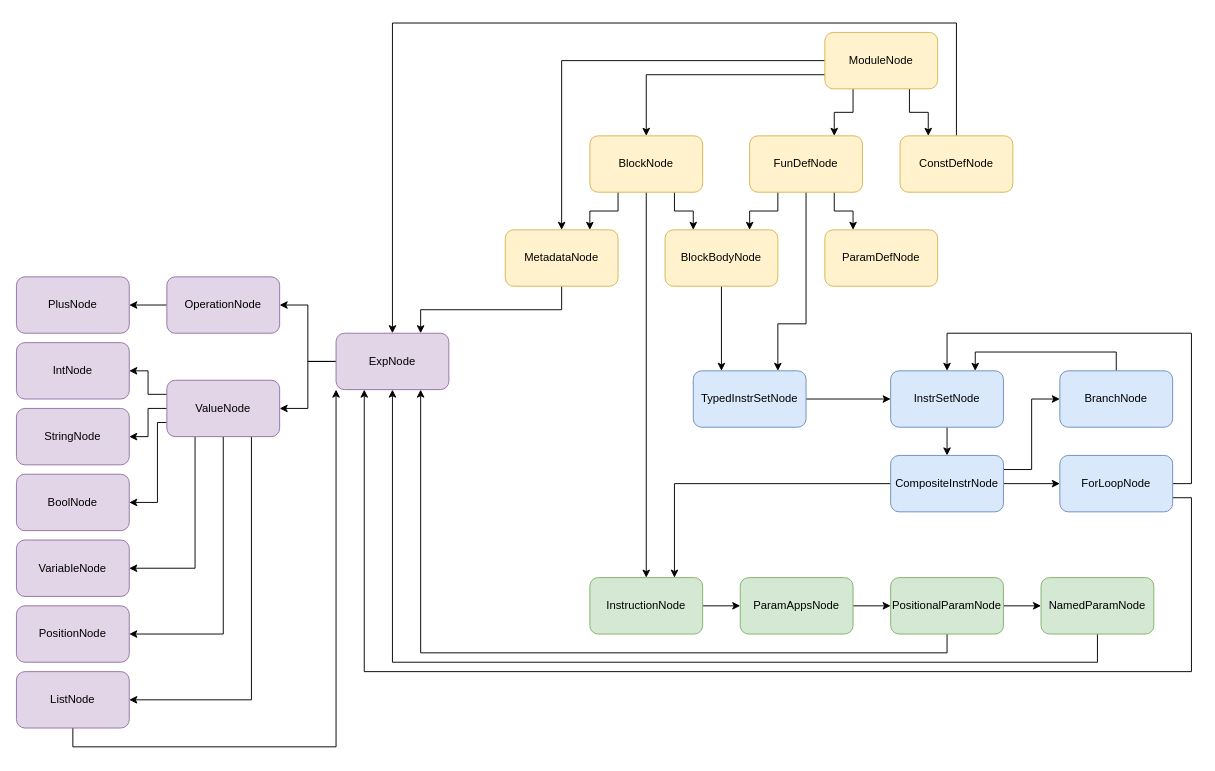
Earlier version of the draw.io diagram assets/frontend/ast.drawio (wcleungaj-60/twgec). Source tidied: cells renumbered, new cells numbered last; positions are measured from the earlier drawing's top-left corner, leaving out a move shared by most shapes. Both pictures are drawn from the tidied source at 94%, with x=0, y=0 at pixel (16, 23).
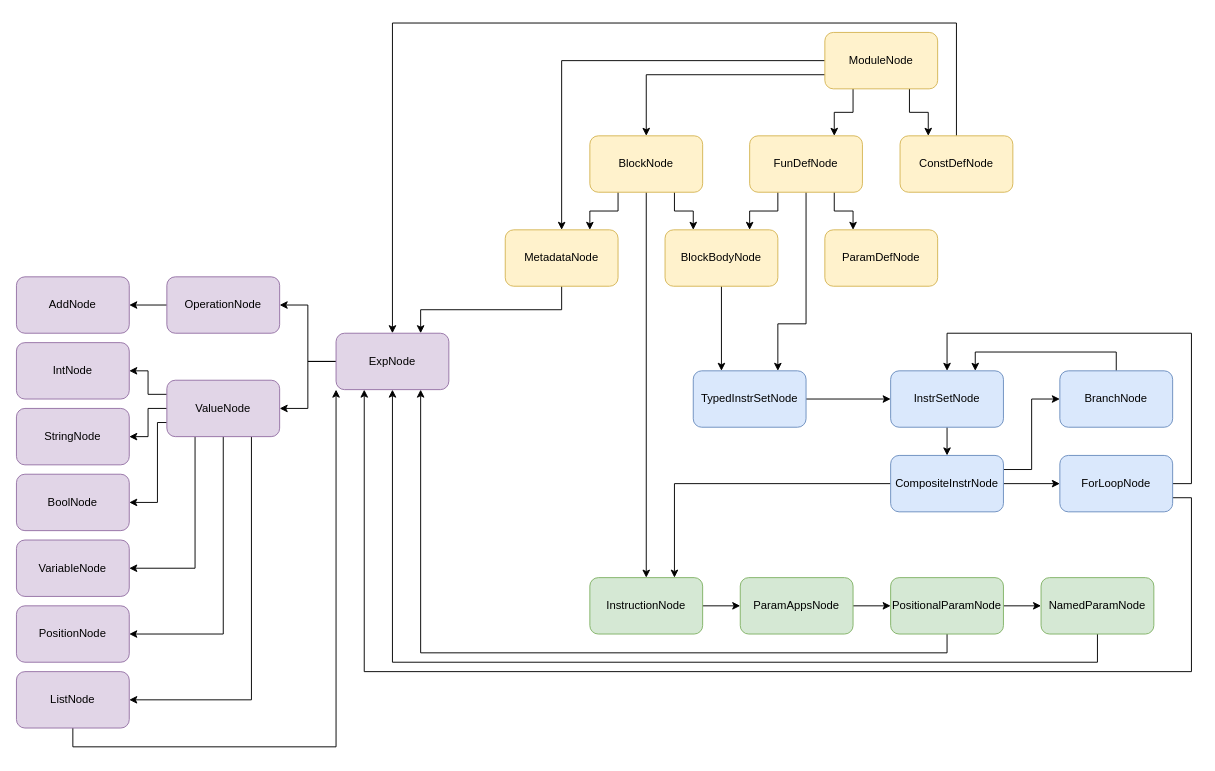
After the change.

Change to the diagram source:
```diff
@@
-    <mxCell id="56" value="PlusNode" style="rounded=1;whiteSpace=wrap;html=1;fillColor=#e1d5e7;strokeColor=#9673a6;" parent="1" vertex="1">
+    <mxCell id="56" value="AddNode" style="rounded=1;whiteSpace=wrap;html=1;fillColor=#e1d5e7;strokeColor=#9673a6;" parent="1" vertex="1">
       <mxGeometry y="270" width="120" height="60" as="geometry" />
     </mxCell>
```
